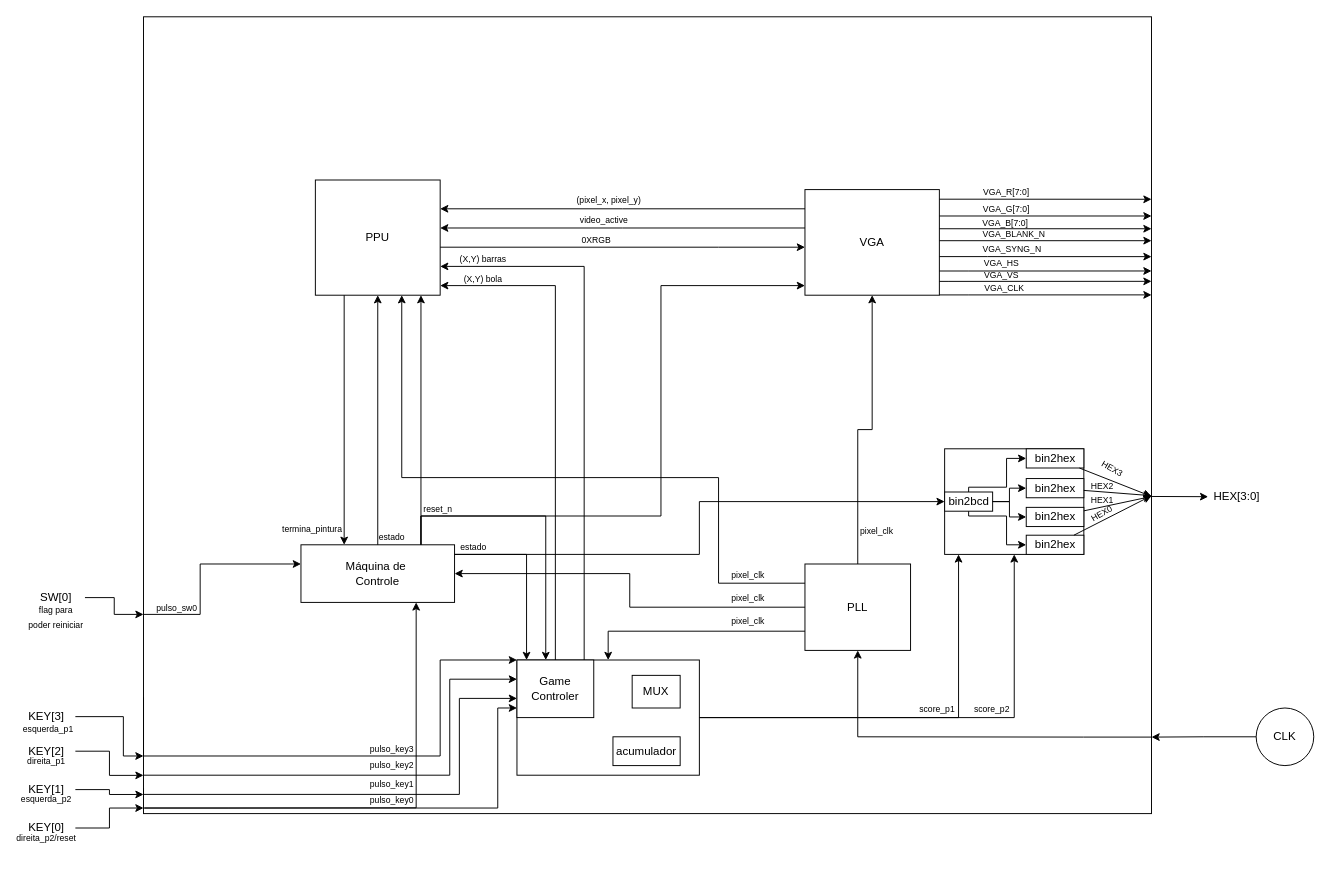
Above: P2/diagramas/diagramaBlocosVGA.drawio in caio-unicamp/MC613_Best_Group (draw.io), before the change. Source tidied: cells renumbered, new cells numbered last; positions are measured from the earlier drawing's top-left corner, leaving out a move shared by most shapes. Both pictures are drawn from the tidied source at 96%, with x=0, y=0 at pixel (17, 16).
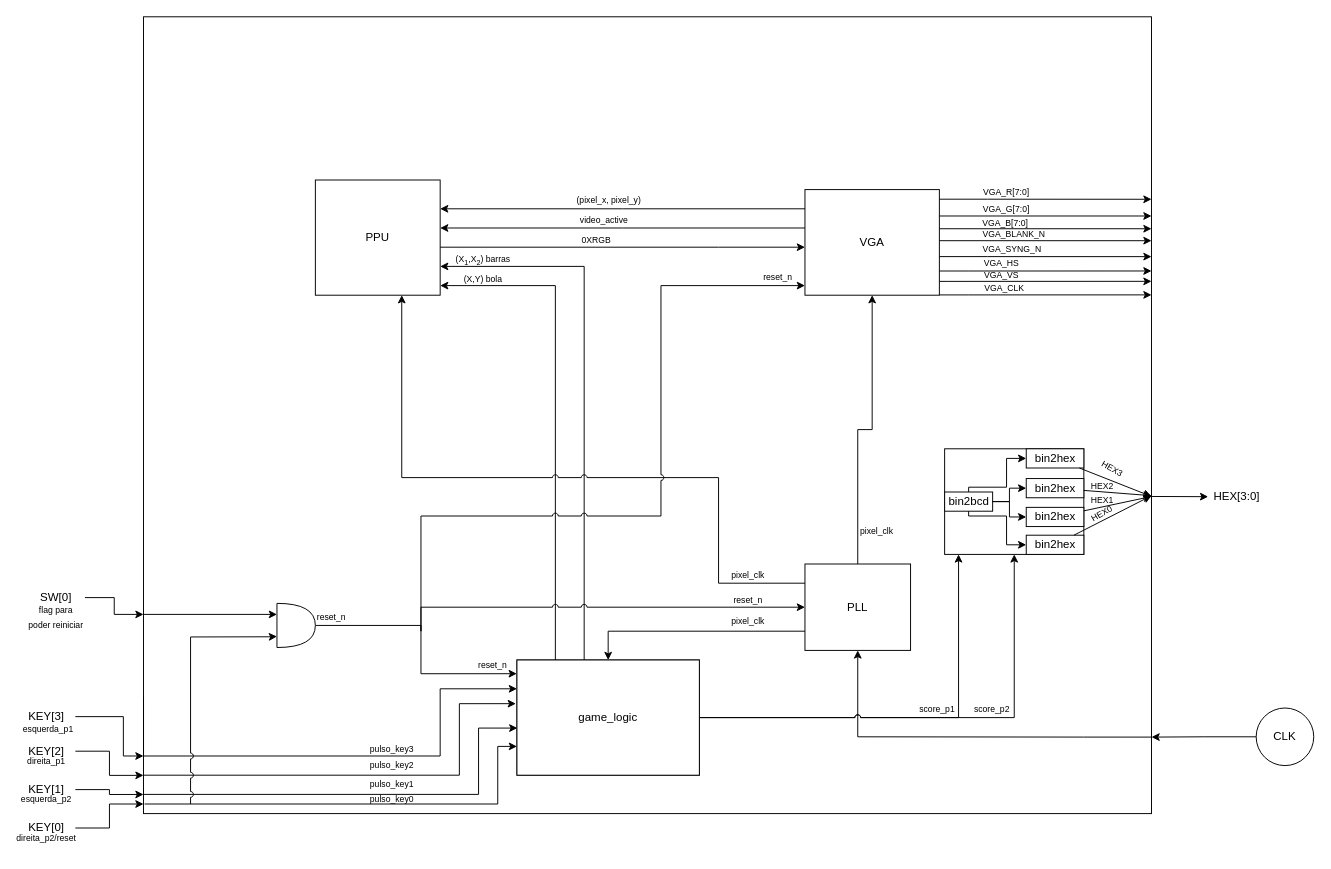
After the change.

Commit message:
fixing differences between the diagram and the actual code

The change refers to these unchanged cells:
```xml
<mxCell id="2" style="rounded=0;whiteSpace=wrap;html=1;fillColor=none;" parent="1" vertex="1">
  <mxGeometry x="131" width="1050" height="830" as="geometry" />
</mxCell>
<mxCell id="3" value="PPU" style="rounded=0;whiteSpace=wrap;html=1;" parent="1" vertex="1">
  <mxGeometry x="310" y="170" width="130" height="120" as="geometry" />
</mxCell>
<mxCell id="4" value="VGA" style="rounded=0;whiteSpace=wrap;html=1;" parent="1" vertex="1">
  <mxGeometry x="820" y="180" width="140" height="110" as="geometry" />
</mxCell>
<mxCell id="18" value="PLL" style="rounded=0;whiteSpace=wrap;html=1;" parent="1" vertex="1">
  <mxGeometry x="820" y="570" width="110" height="90" as="geometry" />
</mxCell>
<mxCell id="47" value="KEY[0]" style="text;html=1;whiteSpace=wrap;strokeColor=none;fillColor=none;align=center;verticalAlign=middle;rounded=0;" parent="1" vertex="1">
  <mxGeometry y="830" width="60" height="30" as="geometry" />
</mxCell>
<mxCell id="56" style="rounded=0;whiteSpace=wrap;html=1;fillColor=none;" parent="1" vertex="1">
  <mxGeometry x="520" y="670" width="190" height="120" as="geometry" />
</mxCell>
<mxCell id="78" style="rounded=0;whiteSpace=wrap;html=1;fillColor=none;" parent="77" vertex="1">
  <mxGeometry width="145" height="110" as="geometry" />
</mxCell>
```

What changed in the source:
```diff
@@
+    <mxCell id="25" style="endArrow=classic;html=1;rounded=0;edgeStyle=orthogonalEdgeStyle;exitX=1;exitY=0.904;exitDx=0;exitDy=0;exitPerimeter=0;" parent="1" edge="1" source="2" target="18">
+      <mxGeometry relative="1" as="geometry">
+        <Array as="points">
+          <mxPoint x="1110" y="750" />
+          <mxPoint x="875" y="750" />
+        </Array>
+      </mxGeometry>
+    </mxCell>
+    <mxCell id="93" style="endArrow=classic;html=1;rounded=0;edgeStyle=orthogonalEdgeStyle;jumpStyle=arc;" parent="1" edge="1" source="56" target="78">
+      <mxGeometry relative="1" as="geometry" />
+    </mxCell>
@@
+    <mxCell id="70" style="endArrow=classic;html=1;rounded=0;edgeStyle=orthogonalEdgeStyle;jumpStyle=none;" parent="1" edge="1" source="57" target="3">
+      <mxGeometry relative="1" as="geometry">
+        <Array as="points">
+          <mxPoint x="560" y="280" />
+        </Array>
+      </mxGeometry>
+    </mxCell>
+    <mxCell id="72" style="endArrow=classic;html=1;rounded=0;edgeStyle=orthogonalEdgeStyle;" parent="1" edge="1" source="57" target="3">
+      <mxGeometry relative="1" as="geometry">
+        <Array as="points">
+          <mxPoint x="590" y="260" />
+        </Array>
+      </mxGeometry>
+    </mxCell>
@@
-    <mxCell id="5" value="Máquina de&amp;nbsp;&lt;div&gt;Controle&lt;/div&gt;" style="rounded=0;whiteSpace=wrap;html=1;" parent="1" vertex="1">
-      <mxGeometry x="295" y="550" width="160" height="60" as="geometry" />
-    </mxCell>
@@
-    <mxCell id="16" style="endArrow=classic;html=1;rounded=0;exitX=0;exitY=0.75;exitDx=0;exitDy=0;edgeStyle=orthogonalEdgeStyle;" parent="1" edge="1" source="2" target="5">
-      <mxGeometry relative="1" as="geometry">
-        <Array as="points">
-          <mxPoint x="190" y="622" />
-          <mxPoint x="190" y="570" />
-        </Array>
-      </mxGeometry>
-    </mxCell>
-    <mxCell id="17" style="endArrow=classic;html=1;rounded=0;exitX=0;exitY=0.854;exitDx=0;exitDy=0;exitPerimeter=0;edgeStyle=orthogonalEdgeStyle;" parent="1" edge="1" source="2" target="57">
+    <mxCell id="17" style="endArrow=classic;html=1;rounded=0;exitX=0;exitY=0.854;exitDx=0;exitDy=0;exitPerimeter=0;edgeStyle=orthogonalEdgeStyle;entryX=0;entryY=0.25;entryDx=0;entryDy=0;" parent="1" edge="1" source="2" target="56">
       <mxGeometry relative="1" as="geometry">
         <Array as="points">
           <mxPoint x="131" y="770" />
           <mxPoint x="440" y="770" />
-          <mxPoint x="440" y="670" />
+          <mxPoint x="440" y="700" />
         </Array>
       </mxGeometry>
     </mxCell>
+    <mxCell id="110" style="edgeStyle=orthogonalEdgeStyle;rounded=0;jettySize=auto;html=1;exitX=0;exitY=0.5;exitDx=0;exitDy=0;endArrow=none;endFill=0;startArrow=classic;startFill=1;jumpStyle=arc;" parent="1" edge="1" source="18">
+      <mxGeometry relative="1" as="geometry">
+        <mxPoint x="420" y="640" as="targetPoint" />
+        <Array as="points">
+          <mxPoint x="420" y="615" />
+        </Array>
+      </mxGeometry>
+    </mxCell>
@@
-    <mxCell id="20" style="endArrow=classic;html=1;rounded=0;edgeStyle=orthogonalEdgeStyle;" parent="1" edge="1" source="18" target="5">
-      <mxGeometry relative="1" as="geometry" />
-    </mxCell>
-    <mxCell id="21" style="endArrow=classic;html=1;rounded=0;edgeStyle=orthogonalEdgeStyle;jumpStyle=sharp;" parent="1" edge="1" source="18" target="3">
+    <mxCell id="21" style="endArrow=classic;html=1;rounded=0;edgeStyle=orthogonalEdgeStyle;jumpStyle=arc;" parent="1" edge="1" source="18" target="3">
       <mxGeometry relative="1" as="geometry">
         <Array as="points">
           <mxPoint x="730" y="590" />
           <mxPoint x="730" y="480" />
           <mxPoint x="400" y="480" />
         </Array>
       </mxGeometry>
     </mxCell>
-    <mxCell id="22" style="endArrow=classic;html=1;rounded=0;edgeStyle=orthogonalEdgeStyle;" parent="1" edge="1" source="5" target="3">
-      <mxGeometry relative="1" as="geometry" />
-    </mxCell>
-    <mxCell id="23" style="endArrow=classic;html=1;rounded=0;edgeStyle=orthogonalEdgeStyle;" parent="1" edge="1" source="3" target="5">
-      <mxGeometry relative="1" as="geometry">
-        <Array as="points">
-          <mxPoint x="340" y="420" />
-          <mxPoint x="340" y="420" />
-        </Array>
-      </mxGeometry>
-    </mxCell>
@@
-    <mxCell id="25" style="endArrow=classic;html=1;rounded=0;edgeStyle=orthogonalEdgeStyle;exitX=1;exitY=0.904;exitDx=0;exitDy=0;exitPerimeter=0;" parent="1" edge="1" source="2" target="18">
-      <mxGeometry relative="1" as="geometry">
-        <Array as="points">
-          <mxPoint x="1110" y="750" />
-          <mxPoint x="875" y="750" />
-        </Array>
-      </mxGeometry>
-    </mxCell>
@@
-    <mxCell id="44" value="&lt;font style=&quot;font-size: 9px;&quot;&gt;pixel_clk&lt;/font&gt;" style="text;html=1;whiteSpace=wrap;strokeColor=none;fillColor=none;align=center;verticalAlign=middle;rounded=0;" parent="1" vertex="1">
-      <mxGeometry x="731" y="590" width="60" height="30" as="geometry" />
-    </mxCell>
@@
-    <mxCell id="48" style="endArrow=classic;html=1;rounded=0;edgeStyle=orthogonalEdgeStyle;" parent="1" edge="1" target="57">
+    <mxCell id="48" style="endArrow=classic;html=1;rounded=0;edgeStyle=orthogonalEdgeStyle;entryX=-0.006;entryY=0.379;entryDx=0;entryDy=0;entryPerimeter=0;" parent="1" edge="1" target="56">
       <mxGeometry relative="1" as="geometry">
         <mxPoint x="131" y="790" as="sourcePoint" />
         <Array as="points">
-          <mxPoint x="450" y="790" />
-          <mxPoint x="450" y="690" />
+          <mxPoint x="460" y="790" />
+          <mxPoint x="460" y="716" />
         </Array>
       </mxGeometry>
     </mxCell>
@@
-    <mxCell id="51" style="endArrow=classic;html=1;rounded=0;edgeStyle=orthogonalEdgeStyle;exitX=0;exitY=0.968;exitDx=0;exitDy=0;exitPerimeter=0;" parent="1" edge="1" source="2" target="57">
+    <mxCell id="51" style="endArrow=classic;html=1;rounded=0;edgeStyle=orthogonalEdgeStyle;exitX=0;exitY=0.968;exitDx=0;exitDy=0;exitPerimeter=0;entryX=0.002;entryY=0.591;entryDx=0;entryDy=0;entryPerimeter=0;" parent="1" edge="1" source="2" target="56">
       <mxGeometry relative="1" as="geometry">
         <Array as="points">
           <mxPoint x="131" y="810" />
-          <mxPoint x="460" y="810" />
-          <mxPoint x="460" y="710" />
+          <mxPoint x="480" y="810" />
+          <mxPoint x="480" y="740" />
+          <mxPoint x="520" y="740" />
         </Array>
       </mxGeometry>
     </mxCell>
-    <mxCell id="52" style="endArrow=classic;html=1;rounded=0;edgeStyle=orthogonalEdgeStyle;entryX=0;entryY=0.993;entryDx=0;entryDy=0;entryPerimeter=0;" parent="1" edge="1" source="47" target="2">
+    <mxCell id="52" style="endArrow=classic;html=1;rounded=0;edgeStyle=orthogonalEdgeStyle;entryX=0;entryY=0.988;entryDx=0;entryDy=0;entryPerimeter=0;" parent="1" edge="1" source="47" target="2">
       <mxGeometry relative="1" as="geometry" />
     </mxCell>
-    <mxCell id="53" style="endArrow=classic;html=1;rounded=0;exitX=0;exitY=0.993;exitDx=0;exitDy=0;exitPerimeter=0;edgeStyle=orthogonalEdgeStyle;entryX=0.75;entryY=1;entryDx=0;entryDy=0;" parent="1" edge="1" source="2" target="5">
-      <mxGeometry relative="1" as="geometry">
-        <Array as="points">
-          <mxPoint x="220" y="824" />
-          <mxPoint x="415" y="824" />
-        </Array>
-      </mxGeometry>
-    </mxCell>
-    <mxCell id="54" style="endArrow=classic;html=1;rounded=0;edgeStyle=orthogonalEdgeStyle;" parent="1" edge="1" source="5" target="4">
-      <mxGeometry relative="1" as="geometry">
-        <Array as="points">
-          <mxPoint x="420" y="520" />
-          <mxPoint x="670" y="520" />
-          <mxPoint x="670" y="280" />
-        </Array>
-      </mxGeometry>
-    </mxCell>
-    <mxCell id="55" value="&lt;font style=&quot;font-size: 9px;&quot;&gt;reset_n&lt;/font&gt;" style="text;html=1;whiteSpace=wrap;strokeColor=none;fillColor=none;align=center;verticalAlign=middle;rounded=0;" parent="1" vertex="1">
-      <mxGeometry x="408" y="497" width="60" height="30" as="geometry" />
-    </mxCell>
@@
-    <mxCell id="57" value="Game Controler" style="rounded=0;whiteSpace=wrap;html=1;" parent="1" vertex="1">
-      <mxGeometry x="520" y="670" width="80" height="60" as="geometry" />
+    <mxCell id="57" value="game_logic" style="rounded=0;whiteSpace=wrap;html=1;" parent="1" vertex="1">
+      <mxGeometry x="520" y="670" width="190" height="120" as="geometry" />
     </mxCell>
-    <mxCell id="58" value="acumulador" style="rounded=0;whiteSpace=wrap;html=1;" parent="1" vertex="1">
-      <mxGeometry x="620" y="750" width="70" height="30" as="geometry" />
-    </mxCell>
-    <mxCell id="59" style="endArrow=classic;html=1;rounded=0;exitX=0.001;exitY=0.993;exitDx=0;exitDy=0;exitPerimeter=0;edgeStyle=orthogonalEdgeStyle;" parent="1" edge="1" source="2" target="57">
+    <mxCell id="59" style="endArrow=classic;html=1;rounded=0;exitX=0.001;exitY=0.993;exitDx=0;exitDy=0;exitPerimeter=0;edgeStyle=orthogonalEdgeStyle;entryX=0;entryY=0.75;entryDx=0;entryDy=0;" parent="1" edge="1" target="56">
       <mxGeometry relative="1" as="geometry">
+        <mxPoint x="132.1" y="820" as="sourcePoint" />
         <Array as="points">
-          <mxPoint x="500" y="824" />
-          <mxPoint x="500" y="720" />
+          <mxPoint x="500" y="820" />
+          <mxPoint x="500" y="760" />
         </Array>
       </mxGeometry>
     </mxCell>
-    <mxCell id="60" value="MUX" style="rounded=0;whiteSpace=wrap;html=1;" parent="1" vertex="1">
-      <mxGeometry x="640" y="686" width="50" height="34" as="geometry" />
-    </mxCell>
-    <mxCell id="61" style="endArrow=classic;html=1;rounded=0;edgeStyle=orthogonalEdgeStyle;" parent="1" edge="1" source="5" target="56">
-      <mxGeometry relative="1" as="geometry">
-        <Array as="points">
-          <mxPoint x="530" y="560" />
-        </Array>
-      </mxGeometry>
-    </mxCell>
     <mxCell id="62" value="&lt;font style=&quot;font-size: 9px;&quot;&gt;pulso_key0&lt;/font&gt;" style="text;html=1;whiteSpace=wrap;strokeColor=none;fillColor=none;align=center;verticalAlign=middle;rounded=0;" parent="1" vertex="1">
-      <mxGeometry x="360" y="800" width="60" height="30" as="geometry" />
+      <mxGeometry x="360" y="799" width="60" height="30" as="geometry" />
     </mxCell>
@@
-    <mxCell id="66" value="&lt;font style=&quot;font-size: 9px;&quot;&gt;estado&lt;/font&gt;" style="text;html=1;whiteSpace=wrap;strokeColor=none;fillColor=none;align=center;verticalAlign=middle;rounded=0;" parent="1" vertex="1">
-      <mxGeometry x="360" y="527" width="60" height="30" as="geometry" />
-    </mxCell>
-    <mxCell id="67" style="endArrow=classic;html=1;rounded=0;edgeStyle=orthogonalEdgeStyle;" parent="1" edge="1" source="5" target="3">
-      <mxGeometry relative="1" as="geometry">
-        <Array as="points">
-          <mxPoint x="420" y="420" />
-          <mxPoint x="420" y="420" />
-        </Array>
-      </mxGeometry>
-    </mxCell>
@@
-    <mxCell id="69" value="&lt;font style=&quot;font-size: 9px;&quot;&gt;pulso_sw0&lt;/font&gt;" style="text;html=1;whiteSpace=wrap;strokeColor=none;fillColor=none;align=center;verticalAlign=middle;rounded=0;" parent="1" vertex="1">
-      <mxGeometry x="136" y="600" width="60" height="30" as="geometry" />
-    </mxCell>
-    <mxCell id="70" style="endArrow=classic;html=1;rounded=0;edgeStyle=orthogonalEdgeStyle;" parent="1" edge="1" source="57" target="3">
-      <mxGeometry relative="1" as="geometry">
-        <Array as="points">
-          <mxPoint x="560" y="280" />
-        </Array>
-      </mxGeometry>
-    </mxCell>
@@
-    <mxCell id="72" style="endArrow=classic;html=1;rounded=0;edgeStyle=orthogonalEdgeStyle;" parent="1" edge="1" source="57" target="3">
-      <mxGeometry relative="1" as="geometry">
-        <Array as="points">
-          <mxPoint x="590" y="260" />
-        </Array>
-      </mxGeometry>
-    </mxCell>
-    <mxCell id="73" value="&lt;font style=&quot;font-size: 9px;&quot;&gt;(X,Y) barras&lt;/font&gt;" style="text;html=1;whiteSpace=wrap;strokeColor=none;fillColor=none;align=center;verticalAlign=middle;rounded=0;" parent="1" vertex="1">
+    <mxCell id="73" value="&lt;font style=&quot;font-size: 9px;&quot;&gt;(X&lt;sub&gt;1&lt;/sub&gt;,X&lt;sub&gt;2&lt;/sub&gt;) barras&lt;/font&gt;" style="text;html=1;whiteSpace=wrap;strokeColor=none;fillColor=none;align=center;verticalAlign=middle;rounded=0;" parent="1" vertex="1">
       <mxGeometry x="455" y="237" width="60" height="30" as="geometry" />
     </mxCell>
-    <mxCell id="74" value="&lt;font style=&quot;font-size: 9px;&quot;&gt;termina_pintura&lt;/font&gt;" style="text;html=1;whiteSpace=wrap;strokeColor=none;fillColor=none;align=center;verticalAlign=middle;rounded=0;" parent="1" vertex="1">
-      <mxGeometry x="277" y="518" width="60" height="30" as="geometry" />
-    </mxCell>
@@
-    <mxCell id="92" style="endArrow=classic;html=1;rounded=0;edgeStyle=orthogonalEdgeStyle;" parent="1" edge="1" source="56" target="78">
+    <mxCell id="92" style="endArrow=classic;html=1;rounded=0;edgeStyle=orthogonalEdgeStyle;jumpStyle=arc;" parent="1" edge="1" source="56" target="78">
       <mxGeometry relative="1" as="geometry">
         <Array as="points">
           <mxPoint x="980" y="730" />
         </Array>
       </mxGeometry>
     </mxCell>
-    <mxCell id="93" style="endArrow=classic;html=1;rounded=0;edgeStyle=orthogonalEdgeStyle;" parent="1" edge="1" source="56" target="78">
-      <mxGeometry relative="1" as="geometry" />
-    </mxCell>
@@
-    <mxCell id="98" style="endArrow=classic;html=1;rounded=0;edgeStyle=orthogonalEdgeStyle;" parent="1" edge="1" source="5" target="57">
-      <mxGeometry relative="1" as="geometry">
-        <Array as="points">
-          <mxPoint x="420" y="520" />
-          <mxPoint x="550" y="520" />
-        </Array>
-      </mxGeometry>
-    </mxCell>
-    <mxCell id="99" style="endArrow=classic;html=1;rounded=0;edgeStyle=orthogonalEdgeStyle;" parent="1" edge="1" source="5" target="78">
-      <mxGeometry relative="1" as="geometry">
-        <Array as="points">
-          <mxPoint x="710" y="560" />
-          <mxPoint x="710" y="505" />
-        </Array>
-      </mxGeometry>
-    </mxCell>
-    <mxCell id="100" value="&lt;font style=&quot;font-size: 9px;&quot;&gt;estado&lt;/font&gt;" style="text;html=1;whiteSpace=wrap;strokeColor=none;fillColor=none;align=center;verticalAlign=middle;rounded=0;" parent="1" vertex="1">
-      <mxGeometry x="445" y="537" width="60" height="30" as="geometry" />
-    </mxCell>
@@
+    <mxCell id="111" style="edgeStyle=orthogonalEdgeStyle;rounded=0;jettySize=auto;html=1;elbow=vertical;jumpStyle=arc;entryX=0;entryY=0.75;entryDx=0;entryDy=0;entryPerimeter=0;" parent="1" edge="1" target="113">
+      <mxGeometry relative="1" as="geometry">
+        <mxPoint x="180" y="820" as="sourcePoint" />
+        <Array as="points">
+          <mxPoint x="180" y="646" />
+          <mxPoint x="260" y="646" />
+        </Array>
+      </mxGeometry>
+    </mxCell>
+    <mxCell id="112" style="edgeStyle=orthogonalEdgeStyle;rounded=0;jettySize=auto;html=1;exitX=1;exitY=0.5;exitDx=0;exitDy=0;exitPerimeter=0;entryX=-0.001;entryY=0.119;entryDx=0;entryDy=0;entryPerimeter=0;" parent="1" edge="1" source="113" target="57">
+      <mxGeometry relative="1" as="geometry">
+        <Array as="points">
+          <mxPoint x="420" y="634" />
+          <mxPoint x="420" y="685" />
+          <mxPoint x="520" y="685" />
+        </Array>
+      </mxGeometry>
+    </mxCell>
+    <mxCell id="113" style="shape=or;whiteSpace=wrap;html=1;" parent="1" vertex="1">
+      <mxGeometry x="270" y="611" width="40" height="46" as="geometry" />
+    </mxCell>
+    <mxCell id="114" style="edgeStyle=none;rounded=0;jettySize=auto;html=1;exitX=0;exitY=0.75;exitDx=0;exitDy=0;entryX=0;entryY=0.25;entryDx=0;entryDy=0;entryPerimeter=0;" parent="1" edge="1" source="2" target="113">
+      <mxGeometry relative="1" as="geometry" />
+    </mxCell>
+    <mxCell id="115" value="&lt;font style=&quot;font-size: 9px;&quot;&gt;reset_n&lt;/font&gt;" style="text;html=1;whiteSpace=wrap;strokeColor=none;fillColor=none;align=center;verticalAlign=middle;rounded=0;" parent="1" vertex="1">
+      <mxGeometry x="302" y="610" width="50" height="30" as="geometry" />
+    </mxCell>
+    <mxCell id="116" value="&lt;font style=&quot;font-size: 9px;&quot;&gt;reset_n&lt;/font&gt;" style="text;html=1;whiteSpace=wrap;strokeColor=none;fillColor=none;align=center;verticalAlign=middle;rounded=0;" parent="1" vertex="1">
+      <mxGeometry x="767" y="256" width="50" height="30" as="geometry" />
+    </mxCell>
+    <mxCell id="54" style="endArrow=classic;html=1;rounded=0;edgeStyle=orthogonalEdgeStyle;jumpStyle=arc;" parent="1" edge="1" target="4">
+      <mxGeometry relative="1" as="geometry">
+        <mxPoint x="420" y="640" as="sourcePoint" />
+        <Array as="points">
+          <mxPoint x="420" y="520" />
+          <mxPoint x="670" y="520" />
+          <mxPoint x="670" y="280" />
+        </Array>
+      </mxGeometry>
+    </mxCell>
+    <mxCell id="117" value="&lt;font style=&quot;font-size: 9px;&quot;&gt;reset_n&lt;/font&gt;" style="text;html=1;whiteSpace=wrap;strokeColor=none;fillColor=none;align=center;verticalAlign=middle;rounded=0;" parent="1" vertex="1">
+      <mxGeometry x="470" y="660" width="50" height="30" as="geometry" />
+    </mxCell>
+    <mxCell id="118" value="&lt;font style=&quot;font-size: 9px;&quot;&gt;reset_n&lt;/font&gt;" style="text;html=1;whiteSpace=wrap;strokeColor=none;fillColor=none;align=center;verticalAlign=middle;rounded=0;" parent="1" vertex="1">
+      <mxGeometry x="736" y="592" width="50" height="30" as="geometry" />
+    </mxCell>
```
